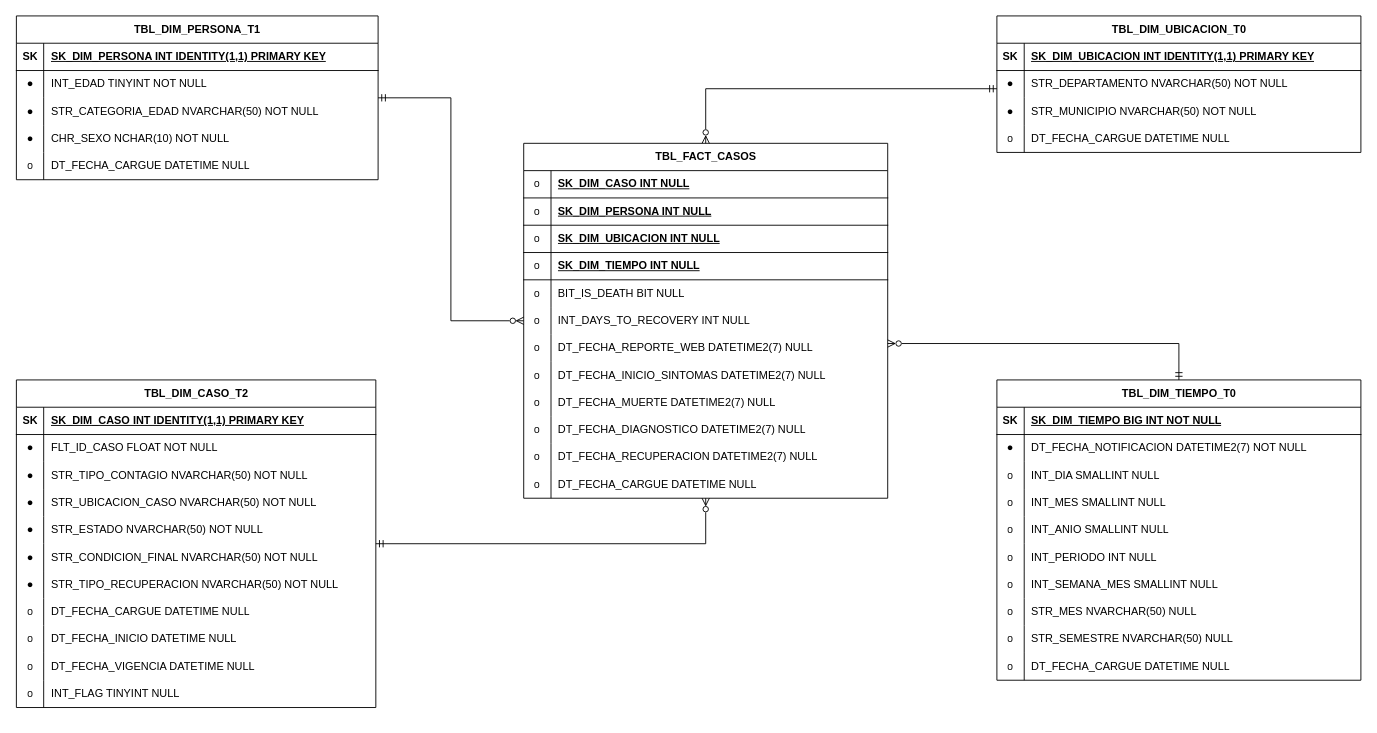
Earlier version of the draw.io diagram DISENO/DIAGRAMA/ETL_COVID_19_COL_MODELO_ESTRELLA_FISICO.drawio (danieltorrez29/ETL_COVID_19_COLOMBIA). Source tidied: cells renumbered, new cells numbered last; positions are measured from the earlier drawing's top-left corner, leaving out a move shared by most shapes. Both pictures are drawn from the tidied source at 91%, with x=0, y=0 at pixel (15, 15).
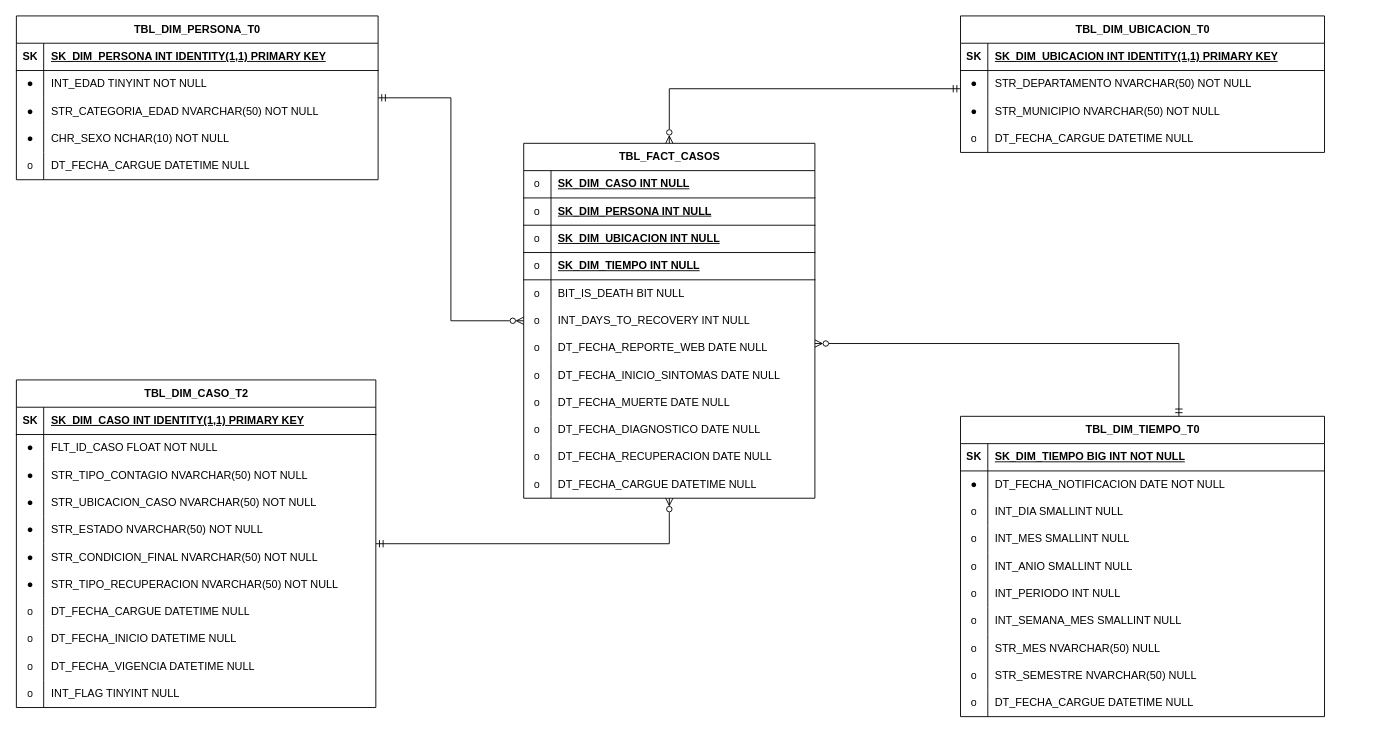
The same diagram, later.

Unchanged cells that the change refers to:
```xml
<mxCell id="6" style="shape=tableRow;horizontal=0;startSize=0;swimlaneHead=0;swimlaneBody=0;fillColor=none;top=0;left=0;right=0;bottom=0;" parent="2" vertex="1">
  <mxGeometry y="60" width="400" height="30" as="geometry" />
</mxCell>
<mxCell id="63" value="TBL_DIM_CASO_T2" style="shape=table;startSize=30;childLayout=tableLayout;rowLines=0;fontStyle=1;align=center;html=1;" parent="1" vertex="1">
  <mxGeometry x="0.5" y="400" width="395" height="360" as="geometry" />
</mxCell>
```

The edit, as a diff of the source:
```diff
@@
     <mxCell id="2" value="TBL_DIM_TIEMPO_T0" style="shape=table;startSize=30;childLayout=tableLayout;rowLines=0;fontStyle=1;align=center;html=1;" parent="1" vertex="1">
-      <mxGeometry x="1078" y="400" width="400" height="330" as="geometry" />
+      <mxGeometry x="1038" y="440" width="400" height="330" as="geometry" />
     </mxCell>
@@
-    <mxCell id="8" value="DT_FECHA_NOTIFICACION DATETIME2(7) NOT NULL&amp;nbsp;" style="shape=partialRectangle;fillColor=none;top=0;left=0;bottom=0;right=0;align=left;spacingLeft=6;overflow=hidden;whiteSpace=wrap;html=1;" parent="6" vertex="1">
+    <mxCell id="8" value="DT_FECHA_NOTIFICACION DATE NOT NULL&amp;nbsp;" style="shape=partialRectangle;fillColor=none;top=0;left=0;bottom=0;right=0;align=left;spacingLeft=6;overflow=hidden;whiteSpace=wrap;html=1;" parent="6" vertex="1">
       <mxGeometry x="30" width="370" height="30" as="geometry" />
     </mxCell>
@@
     <mxCell id="33" value="TBL_DIM_UBICACION_T0" style="shape=table;startSize=30;childLayout=tableLayout;rowLines=0;fontStyle=1;align=center;html=1;" parent="1" vertex="1">
-      <mxGeometry x="1078" width="400" height="150" as="geometry" />
+      <mxGeometry x="1038" width="400" height="150" as="geometry" />
     </mxCell>
@@
-    <mxCell id="47" value="TBL_DIM_PERSONA_T1" style="shape=table;startSize=30;childLayout=tableLayout;rowLines=0;fontStyle=1;align=center;html=1;" parent="1" vertex="1">
+    <mxCell id="47" value="TBL_DIM_PERSONA_T0" style="shape=table;startSize=30;childLayout=tableLayout;rowLines=0;fontStyle=1;align=center;html=1;" parent="1" vertex="1">
       <mxGeometry x="0.5" width="397.5" height="180" as="geometry" />
     </mxCell>
@@
     <mxCell id="97" value="TBL_FACT_CASOS" style="shape=table;startSize=30;childLayout=tableLayout;rowLines=0;fontStyle=1;align=center;html=1;" parent="1" vertex="1">
-      <mxGeometry x="558" y="140" width="400" height="390" as="geometry" />
+      <mxGeometry x="558" y="140" width="320" height="390" as="geometry" />
     </mxCell>
     <mxCell id="98" style="shape=tableRow;horizontal=0;startSize=0;swimlaneHead=0;swimlaneBody=0;fillColor=none;top=0;left=0;right=0;bottom=1;" parent="97" vertex="1">
-      <mxGeometry y="30" width="400" height="30" as="geometry" />
+      <mxGeometry y="30" width="320" height="30" as="geometry" />
     </mxCell>
@@
     <mxCell id="100" value="SK_DIM_CASO INT NULL" style="shape=partialRectangle;fillColor=none;top=0;left=0;bottom=0;right=0;align=left;spacingLeft=6;fontStyle=5;overflow=hidden;whiteSpace=wrap;html=1;" parent="98" vertex="1">
-      <mxGeometry x="30" width="370" height="30" as="geometry" />
+      <mxGeometry x="30" width="290" height="30" as="geometry" />
     </mxCell>
     <mxCell id="101" style="shape=tableRow;horizontal=0;startSize=0;swimlaneHead=0;swimlaneBody=0;fillColor=none;top=0;left=0;right=0;bottom=1;" parent="97" vertex="1">
-      <mxGeometry y="60" width="400" height="30" as="geometry" />
+      <mxGeometry y="60" width="320" height="30" as="geometry" />
     </mxCell>
@@
     <mxCell id="103" value="SK_DIM_PERSONA INT NULL" style="shape=partialRectangle;fillColor=none;top=0;left=0;bottom=0;right=0;align=left;spacingLeft=6;fontStyle=5;overflow=hidden;whiteSpace=wrap;html=1;" parent="101" vertex="1">
-      <mxGeometry x="30" width="370" height="30" as="geometry" />
+      <mxGeometry x="30" width="290" height="30" as="geometry" />
     </mxCell>
     <mxCell id="104" style="shape=tableRow;horizontal=0;startSize=0;swimlaneHead=0;swimlaneBody=0;fillColor=none;top=0;left=0;right=0;bottom=1;" parent="97" vertex="1">
-      <mxGeometry y="90" width="400" height="30" as="geometry" />
+      <mxGeometry y="90" width="320" height="30" as="geometry" />
     </mxCell>
@@
     <mxCell id="106" value="SK_DIM_UBICACION INT NULL" style="shape=partialRectangle;fillColor=none;top=0;left=0;bottom=0;right=0;align=left;spacingLeft=6;fontStyle=5;overflow=hidden;whiteSpace=wrap;html=1;" parent="104" vertex="1">
-      <mxGeometry x="30" width="370" height="30" as="geometry" />
+      <mxGeometry x="30" width="290" height="30" as="geometry" />
     </mxCell>
     <mxCell id="107" style="shape=tableRow;horizontal=0;startSize=0;swimlaneHead=0;swimlaneBody=0;fillColor=none;top=0;left=0;right=0;bottom=1;" parent="97" vertex="1">
-      <mxGeometry y="120" width="400" height="30" as="geometry" />
+      <mxGeometry y="120" width="320" height="30" as="geometry" />
     </mxCell>
@@
     <mxCell id="109" value="SK_DIM_TIEMPO INT NULL" style="shape=partialRectangle;fillColor=none;top=0;left=0;bottom=0;right=0;align=left;spacingLeft=6;fontStyle=5;overflow=hidden;whiteSpace=wrap;html=1;" parent="107" vertex="1">
-      <mxGeometry x="30" width="370" height="30" as="geometry" />
+      <mxGeometry x="30" width="290" height="30" as="geometry" />
     </mxCell>
     <mxCell id="110" style="shape=tableRow;horizontal=0;startSize=0;swimlaneHead=0;swimlaneBody=0;fillColor=none;top=0;left=0;right=0;bottom=0;" parent="97" vertex="1">
-      <mxGeometry y="150" width="400" height="30" as="geometry" />
+      <mxGeometry y="150" width="320" height="30" as="geometry" />
     </mxCell>
@@
     <mxCell id="112" value="BIT_IS_DEATH BIT NULL" style="shape=partialRectangle;fillColor=none;top=0;left=0;bottom=0;right=0;align=left;spacingLeft=6;overflow=hidden;whiteSpace=wrap;html=1;" parent="110" vertex="1">
-      <mxGeometry x="30" width="370" height="30" as="geometry" />
+      <mxGeometry x="30" width="290" height="30" as="geometry" />
     </mxCell>
     <mxCell id="113" style="shape=tableRow;horizontal=0;startSize=0;swimlaneHead=0;swimlaneBody=0;fillColor=none;top=0;left=0;right=0;bottom=0;" parent="97" vertex="1">
-      <mxGeometry y="180" width="400" height="30" as="geometry" />
+      <mxGeometry y="180" width="320" height="30" as="geometry" />
     </mxCell>
@@
     <mxCell id="115" value="INT_DAYS_TO_RECOVERY INT NULL" style="shape=partialRectangle;fillColor=none;top=0;left=0;bottom=0;right=0;align=left;spacingLeft=6;overflow=hidden;whiteSpace=wrap;html=1;" parent="113" vertex="1">
-      <mxGeometry x="30" width="370" height="30" as="geometry" />
+      <mxGeometry x="30" width="290" height="30" as="geometry" />
     </mxCell>
     <mxCell id="116" style="shape=tableRow;horizontal=0;startSize=0;swimlaneHead=0;swimlaneBody=0;fillColor=none;top=0;left=0;right=0;bottom=0;" parent="97" vertex="1">
-      <mxGeometry y="210" width="400" height="30" as="geometry" />
+      <mxGeometry y="210" width="320" height="30" as="geometry" />
     </mxCell>
@@
-    <mxCell id="118" value="DT_FECHA_REPORTE_WEB DATETIME2(7)&amp;nbsp;NULL" style="shape=partialRectangle;fillColor=none;top=0;left=0;bottom=0;right=0;align=left;spacingLeft=6;overflow=hidden;whiteSpace=wrap;html=1;" parent="116" vertex="1">
-      <mxGeometry x="30" width="370" height="30" as="geometry" />
+    <mxCell id="118" value="DT_FECHA_REPORTE_WEB DATE NULL" style="shape=partialRectangle;fillColor=none;top=0;left=0;bottom=0;right=0;align=left;spacingLeft=6;overflow=hidden;whiteSpace=wrap;html=1;" parent="116" vertex="1">
+      <mxGeometry x="30" width="290" height="30" as="geometry" />
     </mxCell>
     <mxCell id="119" style="shape=tableRow;horizontal=0;startSize=0;swimlaneHead=0;swimlaneBody=0;fillColor=none;top=0;left=0;right=0;bottom=0;" parent="97" vertex="1">
-      <mxGeometry y="240" width="400" height="30" as="geometry" />
+      <mxGeometry y="240" width="320" height="30" as="geometry" />
     </mxCell>
@@
-    <mxCell id="121" value="DT_FECHA_INICIO_SINTOMAS DATETIME2(7)&amp;nbsp;NULL" style="shape=partialRectangle;fillColor=none;top=0;left=0;bottom=0;right=0;align=left;spacingLeft=6;overflow=hidden;whiteSpace=wrap;html=1;" parent="119" vertex="1">
-      <mxGeometry x="30" width="370" height="30" as="geometry" />
+    <mxCell id="121" value="DT_FECHA_INICIO_SINTOMAS DATE NULL" style="shape=partialRectangle;fillColor=none;top=0;left=0;bottom=0;right=0;align=left;spacingLeft=6;overflow=hidden;whiteSpace=wrap;html=1;" parent="119" vertex="1">
+      <mxGeometry x="30" width="290" height="30" as="geometry" />
     </mxCell>
     <mxCell id="122" style="shape=tableRow;horizontal=0;startSize=0;swimlaneHead=0;swimlaneBody=0;fillColor=none;top=0;left=0;right=0;bottom=0;" parent="97" vertex="1">
-      <mxGeometry y="270" width="400" height="30" as="geometry" />
+      <mxGeometry y="270" width="320" height="30" as="geometry" />
     </mxCell>
@@
-    <mxCell id="124" value="DT_FECHA_MUERTE DATETIME2(7) NULL" style="shape=partialRectangle;fillColor=none;top=0;left=0;bottom=0;right=0;align=left;spacingLeft=6;overflow=hidden;whiteSpace=wrap;html=1;" parent="122" vertex="1">
-      <mxGeometry x="30" width="370" height="30" as="geometry" />
+    <mxCell id="124" value="DT_FECHA_MUERTE DATE&amp;nbsp;NULL" style="shape=partialRectangle;fillColor=none;top=0;left=0;bottom=0;right=0;align=left;spacingLeft=6;overflow=hidden;whiteSpace=wrap;html=1;" parent="122" vertex="1">
+      <mxGeometry x="30" width="290" height="30" as="geometry" />
     </mxCell>
     <mxCell id="125" style="shape=tableRow;horizontal=0;startSize=0;swimlaneHead=0;swimlaneBody=0;fillColor=none;top=0;left=0;right=0;bottom=0;" parent="97" vertex="1">
-      <mxGeometry y="300" width="400" height="30" as="geometry" />
+      <mxGeometry y="300" width="320" height="30" as="geometry" />
     </mxCell>
@@
-    <mxCell id="127" value="DT_FECHA_DIAGNOSTICO DATETIME2(7) NULL" style="shape=partialRectangle;fillColor=none;top=0;left=0;bottom=0;right=0;align=left;spacingLeft=6;overflow=hidden;whiteSpace=wrap;html=1;" parent="125" vertex="1">
-      <mxGeometry x="30" width="370" height="30" as="geometry" />
+    <mxCell id="127" value="DT_FECHA_DIAGNOSTICO DATE NULL" style="shape=partialRectangle;fillColor=none;top=0;left=0;bottom=0;right=0;align=left;spacingLeft=6;overflow=hidden;whiteSpace=wrap;html=1;" parent="125" vertex="1">
+      <mxGeometry x="30" width="290" height="30" as="geometry" />
     </mxCell>
     <mxCell id="128" style="shape=tableRow;horizontal=0;startSize=0;swimlaneHead=0;swimlaneBody=0;fillColor=none;top=0;left=0;right=0;bottom=0;" parent="97" vertex="1">
-      <mxGeometry y="330" width="400" height="30" as="geometry" />
+      <mxGeometry y="330" width="320" height="30" as="geometry" />
     </mxCell>
@@
-    <mxCell id="130" value="DT_FECHA_RECUPERACION DATETIME2(7) NULL" style="shape=partialRectangle;fillColor=none;top=0;left=0;bottom=0;right=0;align=left;spacingLeft=6;overflow=hidden;whiteSpace=wrap;html=1;" parent="128" vertex="1">
-      <mxGeometry x="30" width="370" height="30" as="geometry" />
+    <mxCell id="130" value="DT_FECHA_RECUPERACION DATE NULL" style="shape=partialRectangle;fillColor=none;top=0;left=0;bottom=0;right=0;align=left;spacingLeft=6;overflow=hidden;whiteSpace=wrap;html=1;" parent="128" vertex="1">
+      <mxGeometry x="30" width="290" height="30" as="geometry" />
     </mxCell>
     <mxCell id="131" style="shape=tableRow;horizontal=0;startSize=0;swimlaneHead=0;swimlaneBody=0;fillColor=none;top=0;left=0;right=0;bottom=0;" parent="97" vertex="1">
-      <mxGeometry y="360" width="400" height="30" as="geometry" />
+      <mxGeometry y="360" width="320" height="30" as="geometry" />
     </mxCell>
@@
     <mxCell id="133" value="DT_FECHA_CARGUE DATETIME NULL" style="shape=partialRectangle;fillColor=none;top=0;left=0;bottom=0;right=0;align=left;spacingLeft=6;overflow=hidden;whiteSpace=wrap;html=1;" parent="131" vertex="1">
-      <mxGeometry x="30" width="370" height="30" as="geometry" />
+      <mxGeometry x="30" width="290" height="30" as="geometry" />
     </mxCell>
     <mxCell id="134" style="edgeStyle=orthogonalEdgeStyle;rounded=0;jettySize=auto;html=1;startArrow=ERmandOne;startFill=0;endArrow=ERzeroToMany;endFill=0;" parent="1" edge="1" source="63" target="97">
       <mxGeometry relative="1" as="geometry">
         <Array as="points">
-          <mxPoint x="758" y="580" />
+          <mxPoint x="718" y="580" />
         </Array>
       </mxGeometry>
     </mxCell>
@@
     <mxCell id="136" style="edgeStyle=orthogonalEdgeStyle;rounded=0;jettySize=auto;html=1;startArrow=ERmandOne;startFill=0;endArrow=ERzeroToMany;endFill=0;" parent="1" edge="1" source="33" target="97">
       <mxGeometry relative="1" as="geometry">
         <Array as="points">
-          <mxPoint x="758" y="80" />
+          <mxPoint x="718" y="80" />
         </Array>
       </mxGeometry>
     </mxCell>
```
